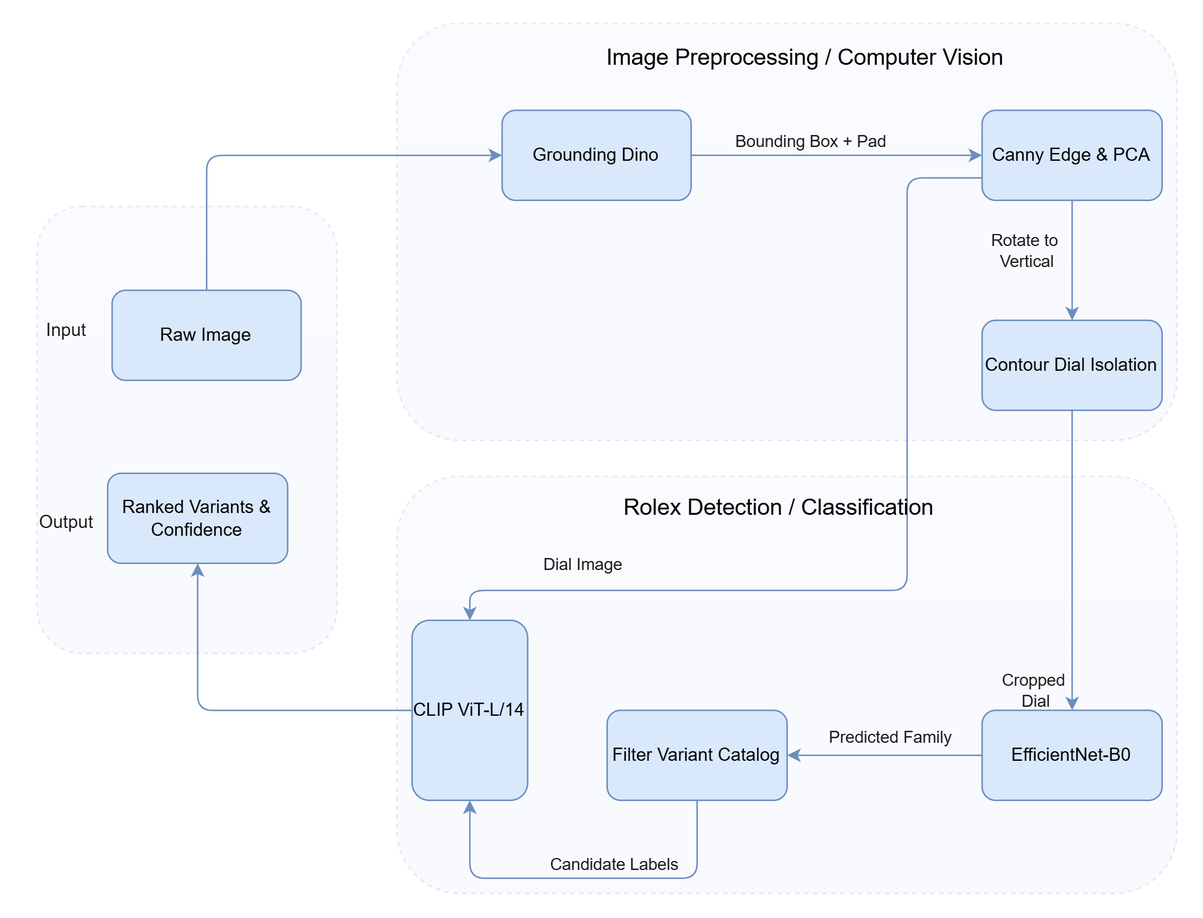
The draw.io diagram front_end/public/images/Workflow.drawio.png in AlexDaPiggie/Rolex_Finder_DeepLearning_Model, before a commit. Source tidied: cells renumbered, new cells last; positions are measured from the earlier drawing's top-left corner, leaving out a move shared by most shapes.
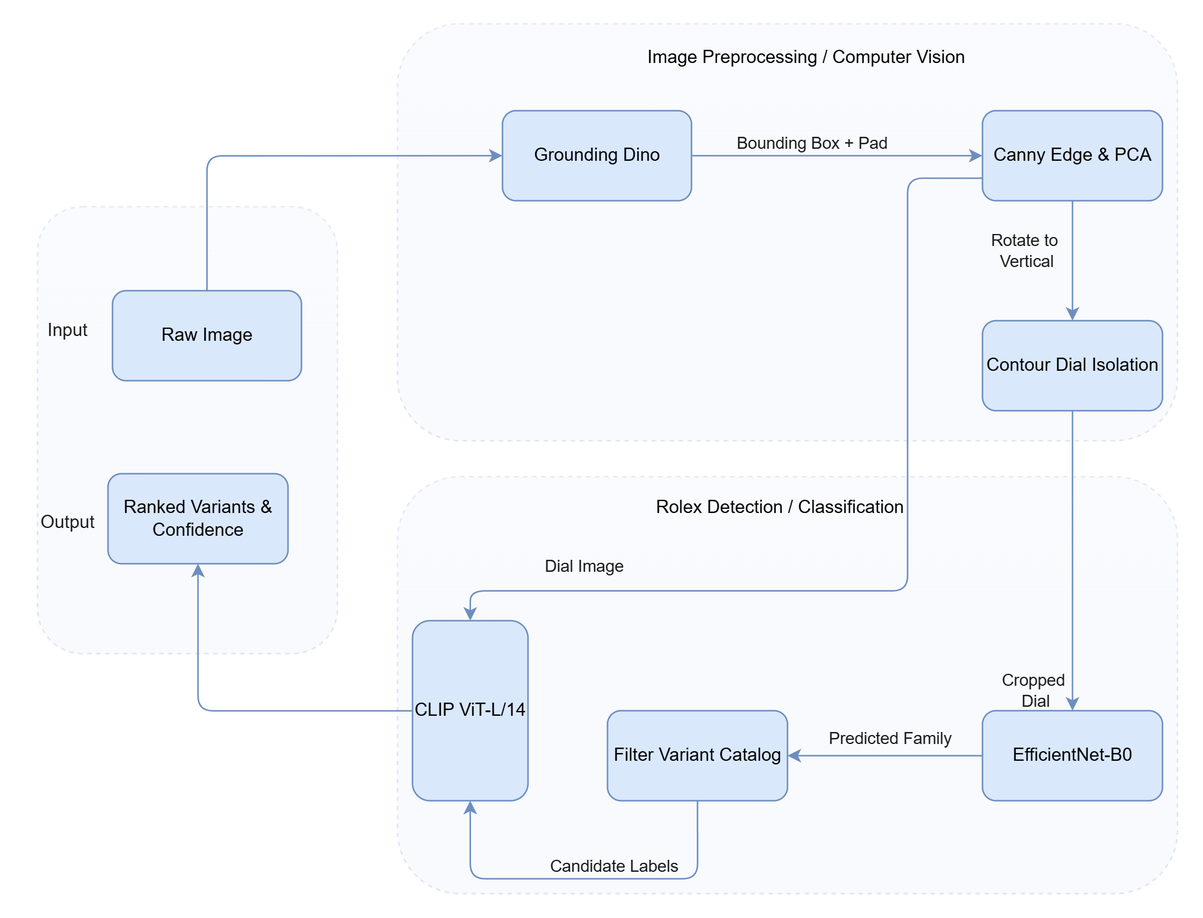
The same file after the commit.

Commit message:
udpate diagram in readme

What changed in the source:
```diff
@@ -100,10 +100,10 @@
     <mxCell id="26" value="Ranked Variants &amp;amp; Confidence" style="whiteSpace=wrap;html=1;rounded=1;labelBackgroundColor=none;fillColor=#dae8fc;strokeColor=#6c8ebf;" parent="1" vertex="1">
       <mxGeometry x="57" y="300" width="120" height="60" as="geometry" />
     </mxCell>
-    <mxCell id="27" value="&lt;font face=&quot;Helvetica&quot;&gt;Image Preprocessing / Computer Vision&lt;/font&gt;" style="text;html=1;whiteSpace=wrap;align=center;verticalAlign=middle;rounded=1;fontFamily=Architects Daughter;fontSource=https%3A%2F%2Ffonts.googleapis.com%2Fcss%3Ffamily%3DArchitects%2BDaughter;labelBackgroundColor=none;fontSize=15;" parent="1" vertex="1">
+    <mxCell id="27" value="&lt;font face=&quot;Helvetica&quot;&gt;Image Preprocessing / Computer Vision&lt;/font&gt;" style="text;html=1;whiteSpace=wrap;align=center;verticalAlign=middle;rounded=1;fontFamily=Architects Daughter;fontSource=https%3A%2F%2Ffonts.googleapis.com%2Fcss%3Ffamily%3DArchitects%2BDaughter;labelBackgroundColor=none;fontSize=12;" parent="1" vertex="1">
       <mxGeometry x="325" y="8" width="395" height="30" as="geometry" />
     </mxCell>
-    <mxCell id="28" value="&lt;font face=&quot;Helvetica&quot;&gt;Rolex Detection / Classification&lt;/font&gt;" style="text;html=1;whiteSpace=wrap;align=center;verticalAlign=middle;rounded=1;fontFamily=Architects Daughter;fontSource=https://fonts.googleapis.com/css?family=Architects+Daughter;labelBackgroundColor=none;fontSize=15;" parent="1" vertex="1">
+    <mxCell id="28" value="&lt;font face=&quot;Helvetica&quot;&gt;Rolex Detection / Classification&lt;/font&gt;" style="text;html=1;whiteSpace=wrap;align=center;verticalAlign=middle;rounded=1;fontFamily=Architects Daughter;fontSource=https://fonts.googleapis.com/css?family=Architects+Daughter;labelBackgroundColor=none;fontSize=12;" parent="1" vertex="1">
       <mxGeometry x="320" y="308" width="370" height="30" as="geometry" />
     </mxCell>
     <mxCell id="29" value="Input" style="text;html=1;whiteSpace=wrap;strokeColor=none;fillColor=none;align=center;verticalAlign=middle;rounded=0;fontColor=#1A1A1A;" parent="1" vertex="1">
```
